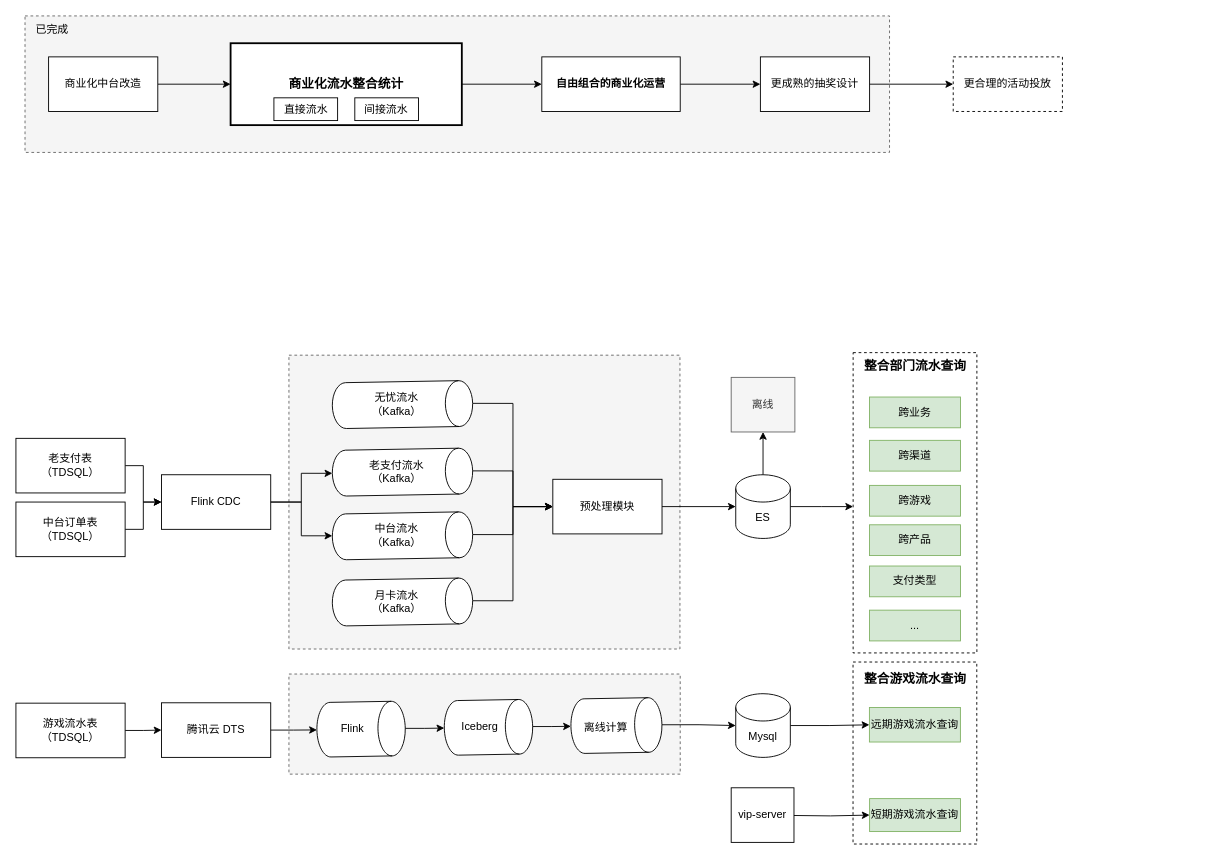
Earlier version of the draw.io diagram 2023H2.drawio (axtrur/resource). Source tidied: cells renumbered, new cells numbered last; positions are measured from the earlier drawing's top-left corner, leaving out a move shared by most shapes. Both pictures are drawn from the tidied source at 91%, with x=0, y=0 at pixel (15, 15).
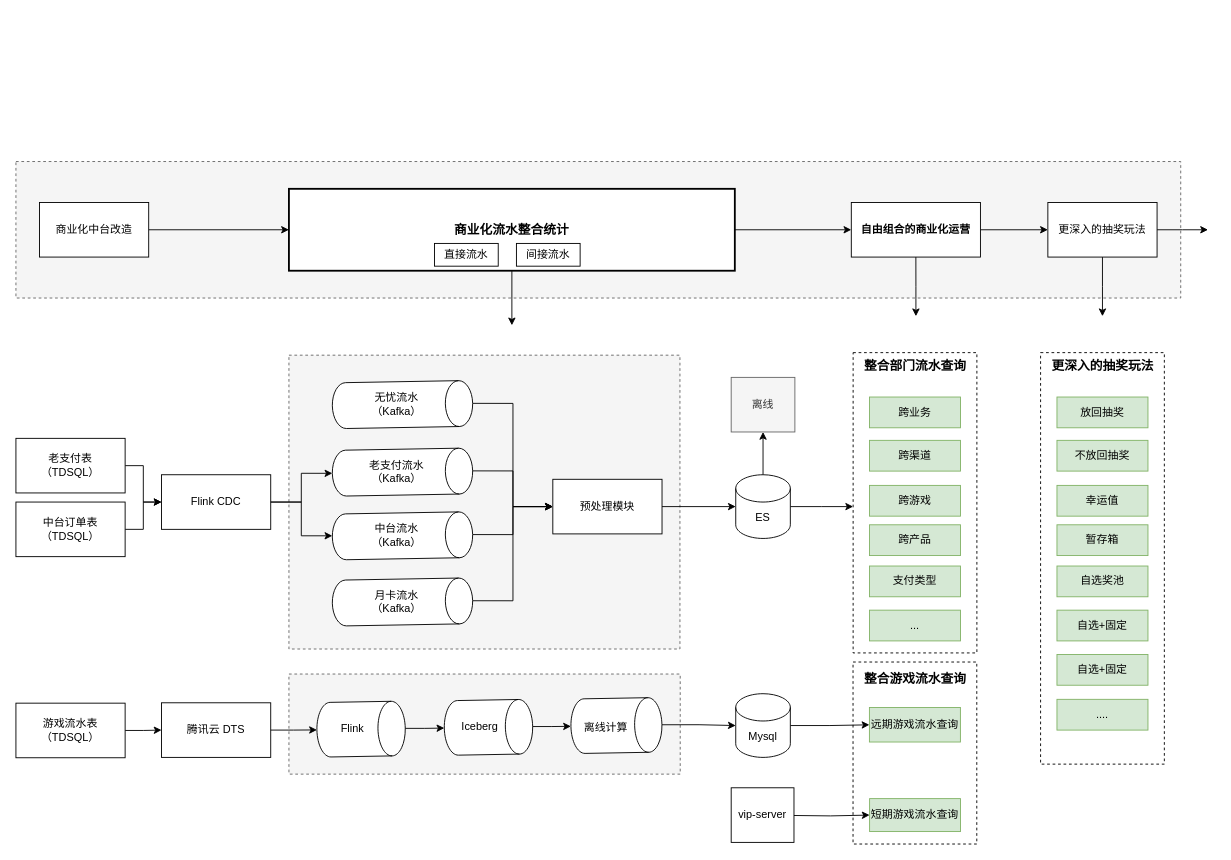
The same page after the edit.

What changed in the source:
```diff
@@
     <mxCell id="2" style="rounded=0;whiteSpace=wrap;html=1;dashed=1;fillColor=#f5f5f5;fontColor=#333333;strokeColor=#666666;" parent="1" vertex="1">
-      <mxGeometry x="10" width="950" height="150" as="geometry" />
+      <mxGeometry y="160" width="1280" height="150" as="geometry" />
     </mxCell>
@@
+    <mxCell id="71" style="edgeStyle=orthogonalEdgeStyle;rounded=0;jettySize=auto;html=1;exitX=0.5;exitY=1;exitDx=0;exitDy=0;" parent="1" edge="1" source="60">
+      <mxGeometry relative="1" as="geometry">
+        <mxPoint x="545" y="340" as="targetPoint" />
+      </mxGeometry>
+    </mxCell>
     <mxCell id="60" value="&lt;font style=&quot;font-size: 14px;&quot;&gt;&lt;b&gt;商业化流水整合统计&lt;/b&gt;&lt;/font&gt;" style="rounded=0;whiteSpace=wrap;html=1;strokeWidth=2;" parent="1" vertex="1">
-      <mxGeometry x="235.9" y="30" width="254.1" height="90" as="geometry" />
+      <mxGeometry x="300" y="190" width="490" height="90" as="geometry" />
     </mxCell>
@@
     <mxCell id="62" value="商业化中台改造" style="rounded=0;whiteSpace=wrap;html=1;" parent="1" vertex="1">
-      <mxGeometry x="35.9" y="45" width="120" height="60" as="geometry" />
+      <mxGeometry x="25.9" y="205" width="120" height="60" as="geometry" />
     </mxCell>
@@
+    <mxCell id="72" style="edgeStyle=orthogonalEdgeStyle;rounded=0;jettySize=auto;html=1;exitX=0.5;exitY=1;exitDx=0;exitDy=0;" parent="1" edge="1" source="64">
+      <mxGeometry relative="1" as="geometry">
+        <mxPoint x="989" y="330" as="targetPoint" />
+      </mxGeometry>
+    </mxCell>
     <mxCell id="64" value="&lt;b&gt;自由组合的商业化运营&lt;/b&gt;" style="rounded=0;whiteSpace=wrap;html=1;strokeWidth=1;" parent="1" vertex="1">
-      <mxGeometry x="577.9" y="45" width="152.1" height="60" as="geometry" />
+      <mxGeometry x="918" y="205" width="141.9" height="60" as="geometry" />
     </mxCell>
-    <mxCell id="65" style="edgeStyle=orthogonalEdgeStyle;rounded=0;jettySize=auto;html=1;exitX=1;exitY=0.5;exitDx=0;exitDy=0;" parent="1" edge="1" source="66" target="69">
-      <mxGeometry relative="1" as="geometry" />
+    <mxCell id="65" style="edgeStyle=orthogonalEdgeStyle;rounded=0;jettySize=auto;html=1;exitX=1;exitY=0.5;exitDx=0;exitDy=0;" parent="1" edge="1" source="66">
+      <mxGeometry relative="1" as="geometry">
+        <mxPoint x="1310" y="235" as="targetPoint" />
+      </mxGeometry>
     </mxCell>
+    <mxCell id="73" style="edgeStyle=orthogonalEdgeStyle;rounded=0;jettySize=auto;html=1;exitX=0.5;exitY=1;exitDx=0;exitDy=0;" parent="1" edge="1" source="66">
+      <mxGeometry relative="1" as="geometry">
+        <mxPoint x="1194" y="330" as="targetPoint" />
+      </mxGeometry>
+    </mxCell>
-    <mxCell id="66" value="更成熟的抽奖设计" style="rounded=0;whiteSpace=wrap;html=1;" parent="1" vertex="1">
-      <mxGeometry x="818.1" y="45" width="120" height="60" as="geometry" />
+    <mxCell id="66" value="更深入的抽奖玩法" style="rounded=0;whiteSpace=wrap;html=1;" parent="1" vertex="1">
+      <mxGeometry x="1134" y="205" width="120" height="60" as="geometry" />
     </mxCell>
     <mxCell id="67" value="间接流水" style="rounded=0;whiteSpace=wrap;html=1;" parent="1" vertex="1">
-      <mxGeometry x="372.4" y="90" width="70" height="25" as="geometry" />
+      <mxGeometry x="550" y="250" width="70" height="25" as="geometry" />
     </mxCell>
     <mxCell id="68" value="直接流水" style="rounded=0;whiteSpace=wrap;html=1;" parent="1" vertex="1">
-      <mxGeometry x="283.5" y="90" width="70" height="25" as="geometry" />
+      <mxGeometry x="460" y="250" width="70" height="25" as="geometry" />
     </mxCell>
-    <mxCell id="69" value="更合理的活动投放" style="rounded=0;whiteSpace=wrap;html=1;dashed=1;" parent="1" vertex="1">
-      <mxGeometry x="1030" y="45" width="120" height="60" as="geometry" />
-    </mxCell>
-    <mxCell id="70" value="已完成" style="text;html=1;strokeColor=none;fillColor=none;align=center;verticalAlign=middle;whiteSpace=wrap;rounded=0;" parent="1" vertex="1">
-      <mxGeometry x="10" width="60" height="30" as="geometry" />
-    </mxCell>
+    <mxCell id="74" style="rounded=0;whiteSpace=wrap;html=1;dashed=1;" parent="1" vertex="1">
+      <mxGeometry x="1126" y="370" width="136" height="452.2" as="geometry" />
+    </mxCell>
+    <mxCell id="75" value="更深入的抽奖玩法" style="text;html=1;align=center;verticalAlign=middle;strokeColor=none;fillColor=none;fontStyle=1;fontSize=14;" parent="1" vertex="1">
+      <mxGeometry x="1124" y="370" width="140" height="30" as="geometry" />
+    </mxCell>
+    <mxCell id="76" value="放回抽奖" style="rounded=0;whiteSpace=wrap;html=1;fillColor=#d5e8d4;strokeColor=#82b366;" parent="1" vertex="1">
+      <mxGeometry x="1144" y="418.8" width="100" height="33.8" as="geometry" />
+    </mxCell>
+    <mxCell id="77" value="不放回抽奖" style="rounded=0;whiteSpace=wrap;html=1;fillColor=#d5e8d4;strokeColor=#82b366;" parent="1" vertex="1">
+      <mxGeometry x="1144" y="466.4" width="100" height="33.8" as="geometry" />
+    </mxCell>
+    <mxCell id="78" value="幸运值" style="rounded=0;whiteSpace=wrap;html=1;fillColor=#d5e8d4;strokeColor=#82b366;" parent="1" vertex="1">
+      <mxGeometry x="1144" y="515.9" width="100" height="33.8" as="geometry" />
+    </mxCell>
+    <mxCell id="79" value="暂存箱" style="rounded=0;whiteSpace=wrap;html=1;fillColor=#d5e8d4;strokeColor=#82b366;" parent="1" vertex="1">
+      <mxGeometry x="1144" y="559.2" width="100" height="33.8" as="geometry" />
+    </mxCell>
+    <mxCell id="80" value="自选奖池" style="rounded=0;whiteSpace=wrap;html=1;fillColor=#d5e8d4;strokeColor=#82b366;" parent="1" vertex="1">
+      <mxGeometry x="1144" y="604.5" width="100" height="33.8" as="geometry" />
+    </mxCell>
+    <mxCell id="81" value="自选+固定" style="rounded=0;whiteSpace=wrap;html=1;fillColor=#d5e8d4;strokeColor=#82b366;" parent="1" vertex="1">
+      <mxGeometry x="1144" y="653" width="100" height="33.8" as="geometry" />
+    </mxCell>
+    <mxCell id="82" value="自选+固定" style="rounded=0;whiteSpace=wrap;html=1;fillColor=#d5e8d4;strokeColor=#82b366;" parent="1" vertex="1">
+      <mxGeometry x="1144" y="701.7" width="100" height="33.8" as="geometry" />
+    </mxCell>
+    <mxCell id="83" value="...." style="rounded=0;whiteSpace=wrap;html=1;fillColor=#d5e8d4;strokeColor=#82b366;" parent="1" vertex="1">
+      <mxGeometry x="1144" y="751" width="100" height="33.8" as="geometry" />
+    </mxCell>
```
